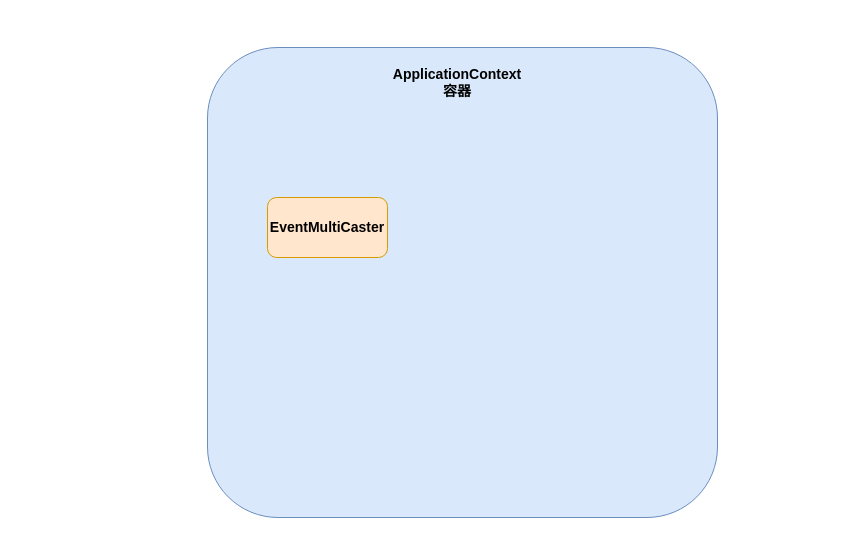
Earlier version of the draw.io diagram 未命名绘图.drawio (GeorgeWu19/MyRep). Source tidied: cells renumbered, new cells numbered last; positions are measured from the earlier drawing's top-left corner, leaving out a move shared by most shapes. Both pictures are drawn from the tidied source at 100%, with x=0, y=0 at pixel (207, 47).
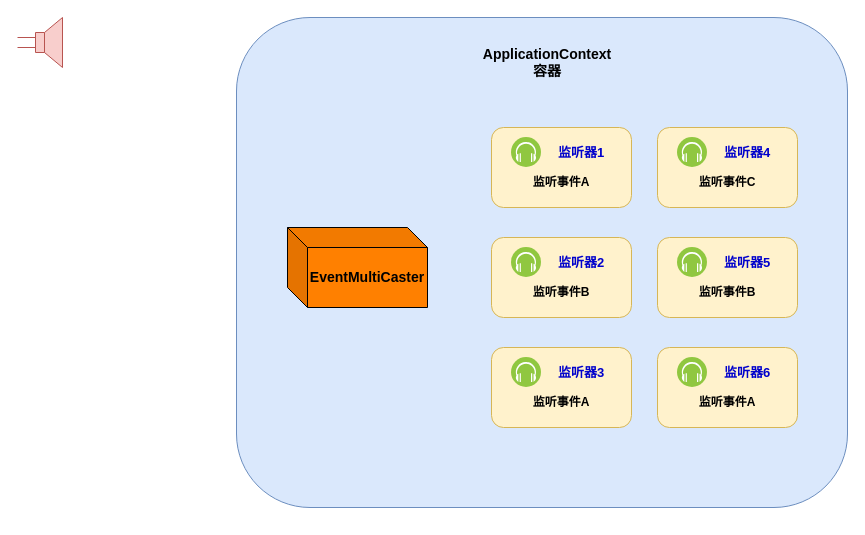
Above is the later version.

The edit, as a diff of the source:
```diff
@@
     <mxCell id="2" style="rounded=1;whiteSpace=wrap;html=1;fillColor=#dae8fc;strokeColor=#6c8ebf;" parent="1" vertex="1">
-      <mxGeometry width="510" height="470" as="geometry" />
+      <mxGeometry x="29" y="-30" width="611" height="490" as="geometry" />
     </mxCell>
     <mxCell id="3" value="&lt;b&gt;&lt;font style=&quot;font-size: 14px;&quot;&gt;ApplicationContext&lt;br&gt;容器&lt;br&gt;&lt;/font&gt;&lt;/b&gt;" style="text;html=1;strokeColor=none;fillColor=none;align=center;verticalAlign=middle;whiteSpace=wrap;rounded=1;" parent="1" vertex="1">
-      <mxGeometry x="220" y="20" width="60" height="30" as="geometry" />
+      <mxGeometry x="310" width="60" height="30" as="geometry" />
     </mxCell>
+    <mxCell id="5" style="rounded=1;whiteSpace=wrap;html=1;fillColor=#fff2cc;strokeColor=#d6b656;" parent="1" vertex="1">
+      <mxGeometry x="284" y="80" width="140" height="80" as="geometry" />
+    </mxCell>
+    <mxCell id="6" style="image;perimeter=ellipsePerimeter;html=1;align=center;shadow=0;dashed=0;fontColor=#4277BB;labelBackgroundColor=default;fontSize=12;spacingTop=3;image=img/lib/ibm/blockchain/event_listener.svg;rounded=1;" parent="1" vertex="1">
+      <mxGeometry x="304" y="90" width="30" height="30" as="geometry" />
+    </mxCell>
+    <mxCell id="7" value="&lt;b&gt;&lt;font color=&quot;#0000cc&quot; style=&quot;font-size: 13px;&quot;&gt;监听器1&lt;/font&gt;&lt;/b&gt;" style="text;html=1;strokeColor=none;fillColor=none;align=center;verticalAlign=middle;whiteSpace=wrap;rounded=0;" parent="1" vertex="1">
+      <mxGeometry x="344" y="90" width="60" height="30" as="geometry" />
+    </mxCell>
+    <mxCell id="8" value="&lt;b&gt;监听事件A&lt;/b&gt;" style="text;html=1;strokeColor=none;fillColor=none;align=center;verticalAlign=middle;whiteSpace=wrap;rounded=0;" parent="1" vertex="1">
+      <mxGeometry x="324" y="120" width="60" height="30" as="geometry" />
+    </mxCell>
+    <mxCell id="9" style="rounded=1;whiteSpace=wrap;html=1;fillColor=#fff2cc;strokeColor=#d6b656;" parent="1" vertex="1">
+      <mxGeometry x="284" y="190" width="140" height="80" as="geometry" />
+    </mxCell>
+    <mxCell id="10" style="image;perimeter=ellipsePerimeter;html=1;align=center;shadow=0;dashed=0;fontColor=#4277BB;labelBackgroundColor=default;fontSize=12;spacingTop=3;image=img/lib/ibm/blockchain/event_listener.svg;rounded=1;" parent="1" vertex="1">
+      <mxGeometry x="304" y="200" width="30" height="30" as="geometry" />
+    </mxCell>
+    <mxCell id="11" value="&lt;b&gt;&lt;font color=&quot;#0000cc&quot; style=&quot;font-size: 13px;&quot;&gt;监听器2&lt;/font&gt;&lt;/b&gt;" style="text;html=1;strokeColor=none;fillColor=none;align=center;verticalAlign=middle;whiteSpace=wrap;rounded=0;" parent="1" vertex="1">
+      <mxGeometry x="344" y="200" width="60" height="30" as="geometry" />
+    </mxCell>
+    <mxCell id="12" value="&lt;b&gt;监听事件B&lt;/b&gt;" style="text;html=1;strokeColor=none;fillColor=none;align=center;verticalAlign=middle;whiteSpace=wrap;rounded=0;" parent="1" vertex="1">
+      <mxGeometry x="324" y="230" width="60" height="30" as="geometry" />
+    </mxCell>
+    <mxCell id="13" style="rounded=1;whiteSpace=wrap;html=1;fillColor=#fff2cc;strokeColor=#d6b656;" parent="1" vertex="1">
+      <mxGeometry x="284" y="300" width="140" height="80" as="geometry" />
+    </mxCell>
+    <mxCell id="14" style="image;perimeter=ellipsePerimeter;html=1;align=center;shadow=0;dashed=0;fontColor=#4277BB;labelBackgroundColor=default;fontSize=12;spacingTop=3;image=img/lib/ibm/blockchain/event_listener.svg;rounded=1;" parent="1" vertex="1">
+      <mxGeometry x="304" y="310" width="30" height="30" as="geometry" />
+    </mxCell>
+    <mxCell id="15" value="&lt;b&gt;&lt;font color=&quot;#0000cc&quot; style=&quot;font-size: 13px;&quot;&gt;监听器3&lt;/font&gt;&lt;/b&gt;" style="text;html=1;strokeColor=none;fillColor=none;align=center;verticalAlign=middle;whiteSpace=wrap;rounded=0;" parent="1" vertex="1">
+      <mxGeometry x="344" y="310" width="60" height="30" as="geometry" />
+    </mxCell>
+    <mxCell id="16" value="&lt;b&gt;监听事件A&lt;/b&gt;" style="text;html=1;strokeColor=none;fillColor=none;align=center;verticalAlign=middle;whiteSpace=wrap;rounded=0;" parent="1" vertex="1">
+      <mxGeometry x="324" y="340" width="60" height="30" as="geometry" />
+    </mxCell>
+    <mxCell id="17" style="rounded=1;whiteSpace=wrap;html=1;fillColor=#fff2cc;strokeColor=#d6b656;" parent="1" vertex="1">
+      <mxGeometry x="450" y="80" width="140" height="80" as="geometry" />
+    </mxCell>
+    <mxCell id="18" style="image;perimeter=ellipsePerimeter;html=1;align=center;shadow=0;dashed=0;fontColor=#4277BB;labelBackgroundColor=default;fontSize=12;spacingTop=3;image=img/lib/ibm/blockchain/event_listener.svg;rounded=1;" parent="1" vertex="1">
+      <mxGeometry x="470" y="90" width="30" height="30" as="geometry" />
+    </mxCell>
+    <mxCell id="19" value="&lt;b&gt;&lt;font color=&quot;#0000cc&quot; style=&quot;font-size: 13px;&quot;&gt;监听器4&lt;/font&gt;&lt;/b&gt;" style="text;html=1;strokeColor=none;fillColor=none;align=center;verticalAlign=middle;whiteSpace=wrap;rounded=0;" parent="1" vertex="1">
+      <mxGeometry x="510" y="90" width="60" height="30" as="geometry" />
+    </mxCell>
+    <mxCell id="20" value="&lt;b&gt;监听事件C&lt;/b&gt;" style="text;html=1;strokeColor=none;fillColor=none;align=center;verticalAlign=middle;whiteSpace=wrap;rounded=0;" parent="1" vertex="1">
+      <mxGeometry x="490" y="120" width="60" height="30" as="geometry" />
+    </mxCell>
+    <mxCell id="21" style="rounded=1;whiteSpace=wrap;html=1;fillColor=#fff2cc;strokeColor=#d6b656;" parent="1" vertex="1">
+      <mxGeometry x="450" y="190" width="140" height="80" as="geometry" />
+    </mxCell>
+    <mxCell id="22" style="image;perimeter=ellipsePerimeter;html=1;align=center;shadow=0;dashed=0;fontColor=#4277BB;labelBackgroundColor=default;fontSize=12;spacingTop=3;image=img/lib/ibm/blockchain/event_listener.svg;rounded=1;" parent="1" vertex="1">
+      <mxGeometry x="470" y="200" width="30" height="30" as="geometry" />
+    </mxCell>
+    <mxCell id="23" value="&lt;b&gt;&lt;font color=&quot;#0000cc&quot; style=&quot;font-size: 13px;&quot;&gt;监听器5&lt;/font&gt;&lt;/b&gt;" style="text;html=1;strokeColor=none;fillColor=none;align=center;verticalAlign=middle;whiteSpace=wrap;rounded=0;" parent="1" vertex="1">
+      <mxGeometry x="510" y="200" width="60" height="30" as="geometry" />
+    </mxCell>
+    <mxCell id="24" value="&lt;b&gt;监听事件B&lt;/b&gt;" style="text;html=1;strokeColor=none;fillColor=none;align=center;verticalAlign=middle;whiteSpace=wrap;rounded=0;" parent="1" vertex="1">
+      <mxGeometry x="490" y="230" width="60" height="30" as="geometry" />
+    </mxCell>
+    <mxCell id="25" style="rounded=1;whiteSpace=wrap;html=1;fillColor=#fff2cc;strokeColor=#d6b656;" parent="1" vertex="1">
+      <mxGeometry x="450" y="300" width="140" height="80" as="geometry" />
+    </mxCell>
+    <mxCell id="26" style="image;perimeter=ellipsePerimeter;html=1;align=center;shadow=0;dashed=0;fontColor=#4277BB;labelBackgroundColor=default;fontSize=12;spacingTop=3;image=img/lib/ibm/blockchain/event_listener.svg;rounded=1;" parent="1" vertex="1">
+      <mxGeometry x="470" y="310" width="30" height="30" as="geometry" />
+    </mxCell>
+    <mxCell id="27" value="&lt;b&gt;&lt;font color=&quot;#0000cc&quot; style=&quot;font-size: 13px;&quot;&gt;监听器6&lt;/font&gt;&lt;/b&gt;" style="text;html=1;strokeColor=none;fillColor=none;align=center;verticalAlign=middle;whiteSpace=wrap;rounded=0;" parent="1" vertex="1">
+      <mxGeometry x="510" y="310" width="60" height="30" as="geometry" />
+    </mxCell>
+    <mxCell id="28" value="&lt;b&gt;监听事件A&lt;/b&gt;" style="text;html=1;strokeColor=none;fillColor=none;align=center;verticalAlign=middle;whiteSpace=wrap;rounded=0;" parent="1" vertex="1">
+      <mxGeometry x="490" y="340" width="60" height="30" as="geometry" />
+    </mxCell>
-    <mxCell id="4" value="&lt;b&gt;&lt;font style=&quot;font-size: 14px;&quot;&gt;EventMultiCaster&lt;/font&gt;&lt;/b&gt;" style="rounded=1;whiteSpace=wrap;html=1;fillColor=#ffe6cc;strokeColor=#d79b00;" parent="1" vertex="1">
-      <mxGeometry x="60" y="150" width="120" height="60" as="geometry" />
+    <mxCell id="4" value="&lt;b style=&quot;border-color: var(--border-color);&quot;&gt;&lt;font style=&quot;border-color: var(--border-color); font-size: 14px;&quot;&gt;EventMultiCaster&lt;/font&gt;&lt;/b&gt;" style="shape=cube;whiteSpace=wrap;html=1;boundedLbl=1;backgroundOutline=1;darkOpacity=0.05;darkOpacity2=0.1;rounded=1;fillColor=#FF8000;" parent="1" vertex="1">
+      <mxGeometry x="80" y="180" width="140" height="80" as="geometry" />
     </mxCell>
+    <mxCell id="29" style="verticalLabelPosition=bottom;shadow=0;dashed=0;align=center;html=1;verticalAlign=top;shape=mxgraph.electrical.electro-mechanical.loudspeaker;rounded=1;fillColor=#f8cecc;strokeColor=#b85450;" parent="1" vertex="1">
+      <mxGeometry x="-190" y="-30" width="45" height="50" as="geometry" />
+    </mxCell>
```
